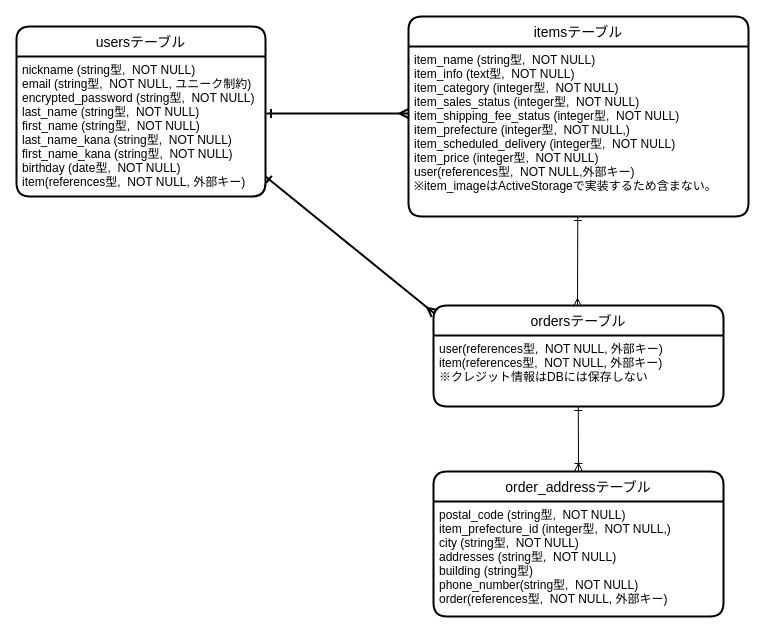
Before: furima.dio in miurachikaa/furima-38865, a draw.io diagram. Source tidied: cells renumbered, new cells numbered last; positions are measured from the earlier drawing's top-left corner, leaving out a move shared by most shapes. Both pictures are drawn from the tidied source at 100%, with x=0, y=0 at pixel (16, 16).
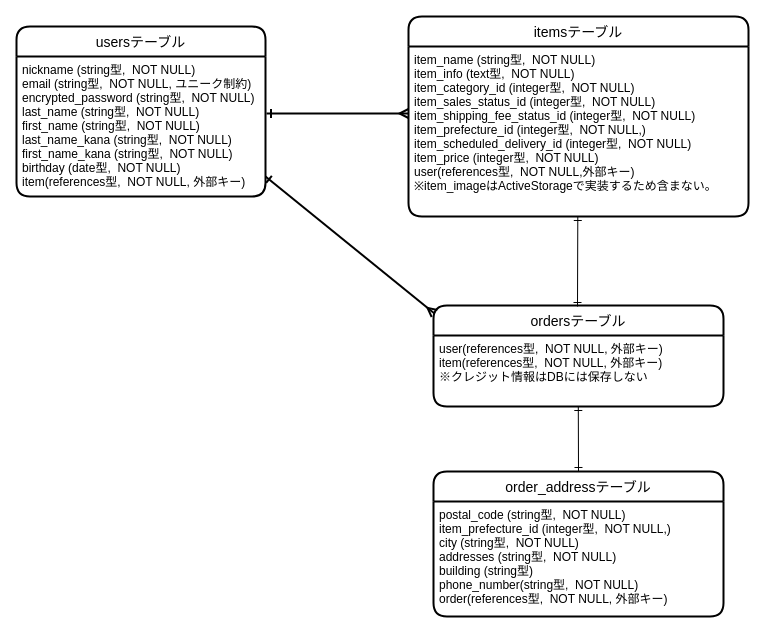
After the change.

Commit message (it also covers changes not shown here):
DB設計の実装（修正③）

Diff of the diagram source:
```diff
@@
 <mxGraphModel>
   <root>
     <mxCell id="0" />
     <mxCell id="1" parent="0" />
     <mxCell id="2" value="usersテーブル" style="swimlane;horizontal=1;startSize=30;rounded=1;fontSize=14;fontStyle=0;strokeWidth=2;shadow=0;dashed=0;align=center;" parent="1" vertex="1">
       <mxGeometry y="10" width="249" height="170" as="geometry" />
     </mxCell>
     <mxCell id="3" value="nickname (string型,  NOT NULL)&#10;email (string型,  NOT NULL, ユニーク制約)&#10;encrypted_password (string型,  NOT NULL)&#10;last_name (string型,  NOT NULL)&#10;first_name (string型,  NOT NULL)&#10;last_name_kana (string型,  NOT NULL)&#10;first_name_kana (string型,  NOT NULL)&#10;birthday (date型,  NOT NULL)&#10;item(references型,  NOT NULL, 外部キー)&#10;&#10;" style="align=left;strokeColor=none;fillColor=none;spacingLeft=4;fontSize=12;verticalAlign=top;" parent="2" vertex="1">
       <mxGeometry y="30" width="249" height="140" as="geometry" />
     </mxCell>
     <mxCell id="4" value="itemsテーブル" style="swimlane;horizontal=1;startSize=30;rounded=1;fontSize=14;fontStyle=0;strokeWidth=2;shadow=0;dashed=0;align=center;" parent="1" vertex="1">
       <mxGeometry x="392" width="340" height="200" as="geometry" />
     </mxCell>
-    <mxCell id="5" value="item_name (string型,  NOT NULL)&#10;item_info (text型,  NOT NULL)&#10;item_category (integer型,  NOT NULL)&#10;item_sales_status (integer型,  NOT NULL)&#10;item_shipping_fee_status (integer型,  NOT NULL)&#10;item_prefecture (integer型,  NOT NULL,)&#10;item_scheduled_delivery (integer型,  NOT NULL)&#10;item_price (integer型,  NOT NULL)&#10;user(references型,  NOT NULL,外部キー)&#10;※item_imageはActiveStorageで実装するため含まない。" style="align=left;strokeColor=none;fillColor=none;spacingLeft=4;fontSize=12;verticalAlign=top;" parent="4" vertex="1">
+    <mxCell id="5" value="item_name (string型,  NOT NULL)&#10;item_info (text型,  NOT NULL)&#10;item_category_id (integer型,  NOT NULL)&#10;item_sales_status_id (integer型,  NOT NULL)&#10;item_shipping_fee_status_id (integer型,  NOT NULL)&#10;item_prefecture_id (integer型,  NOT NULL,)&#10;item_scheduled_delivery_id (integer型,  NOT NULL)&#10;item_price (integer型,  NOT NULL)&#10;user(references型,  NOT NULL,外部キー)&#10;※item_imageはActiveStorageで実装するため含まない。" style="align=left;strokeColor=none;fillColor=none;spacingLeft=4;fontSize=12;verticalAlign=top;" parent="4" vertex="1">
       <mxGeometry y="30" width="340" height="170" as="geometry" />
     </mxCell>
     <mxCell id="6" value="ordersテーブル" style="swimlane;horizontal=1;startSize=30;rounded=1;fontSize=14;fontStyle=0;strokeWidth=2;shadow=0;dashed=0;align=center;" parent="1" vertex="1">
       <mxGeometry x="417" y="289" width="290" height="101" as="geometry" />
     </mxCell>
     <mxCell id="7" value="user(references型,  NOT NULL, 外部キー)&#10;item(references型,  NOT NULL, 外部キー)&#10;※クレジット情報はDBには保存しない" style="align=left;strokeColor=none;fillColor=none;spacingLeft=4;fontSize=12;verticalAlign=top;" parent="6" vertex="1">
       <mxGeometry y="30" width="290" height="71" as="geometry" />
     </mxCell>
     <mxCell id="8" value="order_addressテーブル" style="swimlane;horizontal=1;startSize=30;rounded=1;fontSize=14;fontStyle=0;strokeWidth=2;shadow=0;dashed=0;align=center;" parent="1" vertex="1">
       <mxGeometry x="417" y="455" width="290" height="145" as="geometry" />
     </mxCell>
     <mxCell id="9" value="postal_code (string型,  NOT NULL)&#10;item_prefecture_id (integer型,  NOT NULL,)&#10;city (string型,  NOT NULL)&#10;addresses (string型,  NOT NULL)&#10;building (string型)&#10;phone_number(string型,  NOT NULL)&#10;order(references型,  NOT NULL, 外部キー)&#10;&#10;&#10;" style="align=left;strokeColor=none;fillColor=none;spacingLeft=4;fontSize=12;verticalAlign=top;" parent="8" vertex="1">
       <mxGeometry y="30" width="290" height="115" as="geometry" />
     </mxCell>
     <mxCell id="10" style="endArrow=ERmany;html=1;rounded=0;startArrow=ERone;startFill=0;endFill=0;entryX=0;entryY=0.5;entryDx=0;entryDy=0;exitX=1;exitY=0.5;exitDx=0;exitDy=0;strokeWidth=2;" parent="1" edge="1">
       <mxGeometry relative="1" as="geometry">
         <mxPoint x="250" y="97" as="sourcePoint" />
         <mxPoint x="392" y="97" as="targetPoint" />
       </mxGeometry>
     </mxCell>
     <mxCell id="11" style="endArrow=ERmany;html=1;rounded=0;startArrow=ERone;startFill=0;endFill=0;strokeWidth=2;" parent="1" edge="1">
       <mxGeometry relative="1" as="geometry">
         <mxPoint x="249" y="160" as="sourcePoint" />
         <mxPoint x="418" y="297" as="targetPoint" />
       </mxGeometry>
     </mxCell>
-    <mxCell id="12" style="endArrow=ERone;html=1;rounded=0;endFill=0;startArrow=ERmany;startFill=0;" parent="1" edge="1">
+    <mxCell id="12" style="endArrow=ERone;html=1;rounded=0;endFill=0;startArrow=ERone;startFill=0;" parent="1" edge="1">
       <mxGeometry relative="1" as="geometry">
         <mxPoint x="561" y="290" as="sourcePoint" />
         <mxPoint x="561.3" y="200" as="targetPoint" />
       </mxGeometry>
     </mxCell>
-    <mxCell id="13" style="endArrow=ERone;html=1;rounded=0;endFill=0;startArrow=ERoneToMany;startFill=0;exitX=0.5;exitY=0;exitDx=0;exitDy=0;" parent="1" edge="1" source="8">
+    <mxCell id="13" style="endArrow=ERone;html=1;rounded=0;endFill=0;startArrow=ERone;startFill=0;exitX=0.5;exitY=0;exitDx=0;exitDy=0;" parent="1" edge="1" source="8">
       <mxGeometry relative="1" as="geometry">
         <mxPoint x="561.8" y="390" as="targetPoint" />
       </mxGeometry>
     </mxCell>
   </root>
 </mxGraphModel>
```
